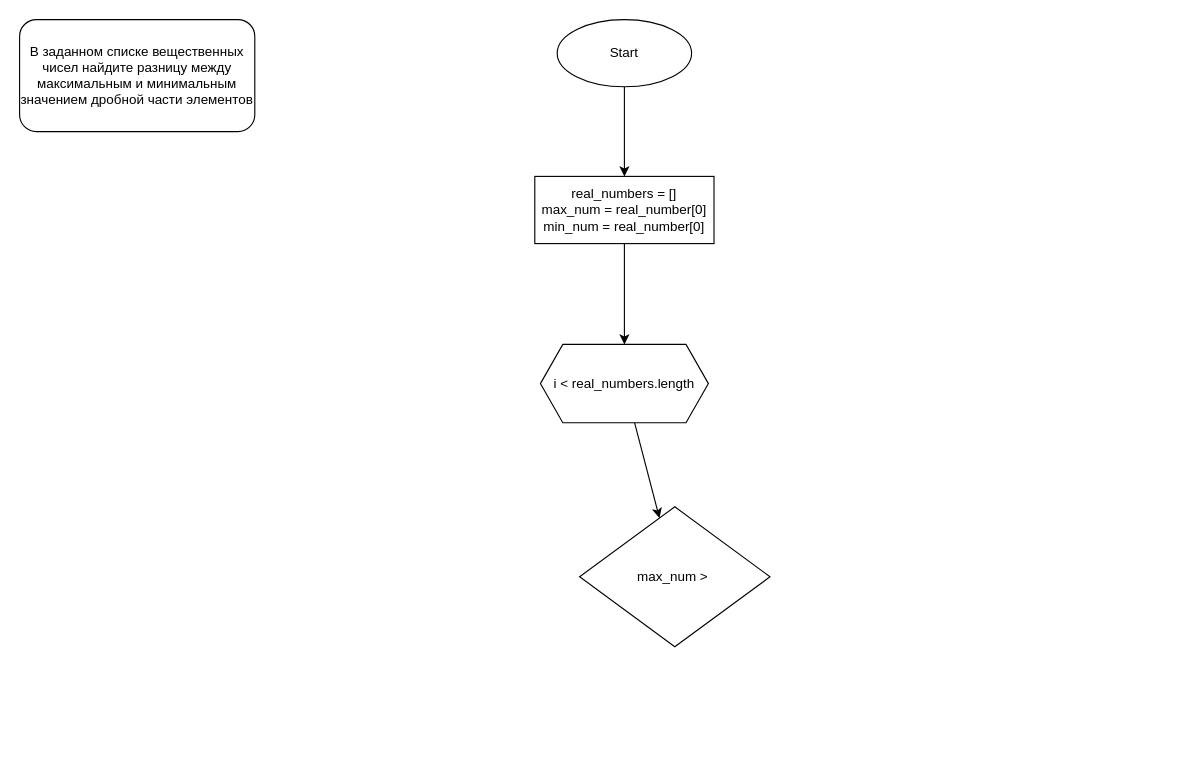
Above: page "Page-1" (1 of 2) of Lesson_2/drawio/task_24_fraction_diff.drawio in Fostix/GB_Python_Tasks (draw.io), before the change. Source tidied: cells renumbered, new cells numbered last; positions are measured from the earlier drawing's top-left corner, leaving out a move shared by most shapes. Both pictures are drawn from the tidied source at 112%, with x=0, y=0 at pixel (19, 19).
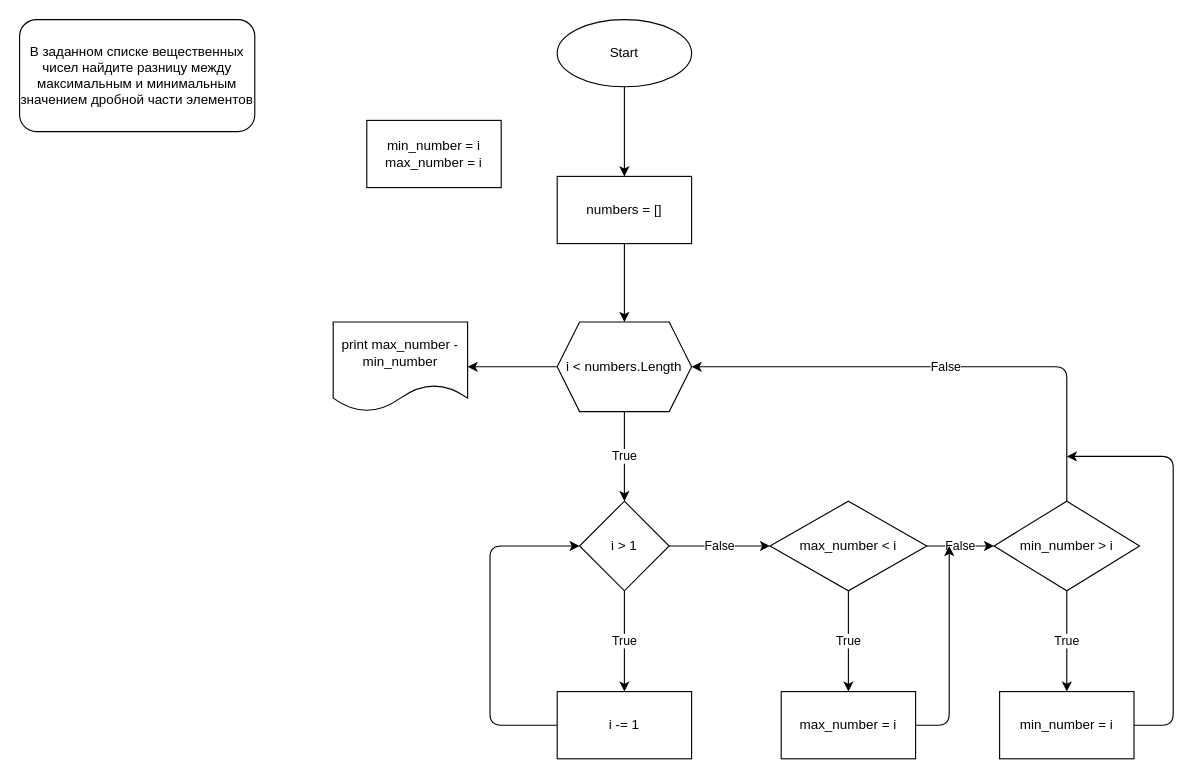
The same diagram, later.

Unchanged cells that the change refers to:
```xml
<mxCell id="4" value="Start" style="ellipse;whiteSpace=wrap;html=1;" parent="1" vertex="1">
  <mxGeometry x="480" width="120" height="60" as="geometry" />
</mxCell>
```

The edit, as a diff of the source:
```diff
@@
-    <mxCell id="3" style="edgeStyle=none;html=1;" parent="1" edge="1" source="4" target="6">
-      <mxGeometry relative="1" as="geometry" />
-    </mxCell>
+    <mxCell id="10" style="edgeStyle=none;html=1;" parent="1" edge="1" source="4" target="12">
+      <mxGeometry relative="1" as="geometry" />
+    </mxCell>
@@
-    <mxCell id="5" style="edgeStyle=none;html=1;" parent="1" edge="1" source="6" target="8">
-      <mxGeometry relative="1" as="geometry" />
-    </mxCell>
-    <mxCell id="6" value="real_numbers = []&lt;br&gt;max_num = real_number[0]&lt;br&gt;min_num = real_number[0]" style="whiteSpace=wrap;html=1;" parent="1" vertex="1">
-      <mxGeometry x="460" y="140" width="160" height="60" as="geometry" />
-    </mxCell>
-    <mxCell id="7" style="edgeStyle=none;html=1;" parent="1" edge="1" source="8" target="9">
-      <mxGeometry relative="1" as="geometry" />
-    </mxCell>
-    <mxCell id="8" value="i &amp;lt; real_numbers.length" style="shape=hexagon;perimeter=hexagonPerimeter2;whiteSpace=wrap;html=1;fixedSize=1;" parent="1" vertex="1">
-      <mxGeometry x="465" y="290" width="150" height="70" as="geometry" />
-    </mxCell>
-    <mxCell id="9" value="max_num &amp;gt;&amp;nbsp;" style="rhombus;whiteSpace=wrap;html=1;" parent="1" vertex="1">
-      <mxGeometry x="500" y="435" width="170" height="125" as="geometry" />
-    </mxCell>
+    <mxCell id="11" style="edgeStyle=none;html=1;" parent="1" edge="1" source="12" target="15">
+      <mxGeometry relative="1" as="geometry" />
+    </mxCell>
+    <mxCell id="12" value="numbers = []" style="whiteSpace=wrap;html=1;" parent="1" vertex="1">
+      <mxGeometry x="480" y="140" width="120" height="60" as="geometry" />
+    </mxCell>
+    <mxCell id="13" value="True" style="edgeStyle=none;html=1;" parent="1" edge="1" source="15" target="18">
+      <mxGeometry relative="1" as="geometry" />
+    </mxCell>
+    <mxCell id="14" style="edgeStyle=none;html=1;" parent="1" edge="1" source="15" target="32">
+      <mxGeometry relative="1" as="geometry" />
+    </mxCell>
+    <mxCell id="15" value="i &amp;lt; numbers.Length" style="shape=hexagon;perimeter=hexagonPerimeter2;whiteSpace=wrap;html=1;fixedSize=1;" parent="1" vertex="1">
+      <mxGeometry x="480" y="270" width="120" height="80" as="geometry" />
+    </mxCell>
+    <mxCell id="16" value="True" style="edgeStyle=none;html=1;" parent="1" edge="1" source="18" target="20">
+      <mxGeometry relative="1" as="geometry" />
+    </mxCell>
+    <mxCell id="17" value="False" style="edgeStyle=none;html=1;" parent="1" edge="1" source="18" target="24">
+      <mxGeometry relative="1" as="geometry" />
+    </mxCell>
+    <mxCell id="18" value="i &amp;gt; 1" style="rhombus;whiteSpace=wrap;html=1;" parent="1" vertex="1">
+      <mxGeometry x="500" y="430" width="80" height="80" as="geometry" />
+    </mxCell>
+    <mxCell id="19" style="edgeStyle=none;html=1;entryX=0;entryY=0.5;entryDx=0;entryDy=0;" parent="1" edge="1" source="20" target="18">
+      <mxGeometry relative="1" as="geometry">
+        <Array as="points">
+          <mxPoint x="420" y="630" />
+          <mxPoint x="420" y="470" />
+        </Array>
+      </mxGeometry>
+    </mxCell>
+    <mxCell id="20" value="i -= 1" style="whiteSpace=wrap;html=1;" parent="1" vertex="1">
+      <mxGeometry x="480" y="600" width="120" height="60" as="geometry" />
+    </mxCell>
+    <mxCell id="21" value="min_number = i&lt;br&gt;max_number = i" style="whiteSpace=wrap;html=1;" parent="1" vertex="1">
+      <mxGeometry x="310" y="90" width="120" height="60" as="geometry" />
+    </mxCell>
+    <mxCell id="22" value="True" style="edgeStyle=none;html=1;" parent="1" edge="1" source="24" target="26">
+      <mxGeometry relative="1" as="geometry" />
+    </mxCell>
+    <mxCell id="23" value="False" style="edgeStyle=none;html=1;" parent="1" edge="1" source="24" target="29">
+      <mxGeometry relative="1" as="geometry" />
+    </mxCell>
+    <mxCell id="24" value="max_number &amp;lt; i" style="rhombus;whiteSpace=wrap;html=1;" parent="1" vertex="1">
+      <mxGeometry x="670" y="430" width="140" height="80" as="geometry" />
+    </mxCell>
+    <mxCell id="25" style="edgeStyle=none;html=1;" parent="1" edge="1" source="26">
+      <mxGeometry relative="1" as="geometry">
+        <mxPoint x="830" y="470" as="targetPoint" />
+        <Array as="points">
+          <mxPoint x="830" y="630" />
+        </Array>
+      </mxGeometry>
+    </mxCell>
+    <mxCell id="26" value="max_number = i" style="whiteSpace=wrap;html=1;" parent="1" vertex="1">
+      <mxGeometry x="680" y="600" width="120" height="60" as="geometry" />
+    </mxCell>
+    <mxCell id="27" value="True" style="edgeStyle=none;html=1;" parent="1" edge="1" source="29" target="31">
+      <mxGeometry relative="1" as="geometry" />
+    </mxCell>
+    <mxCell id="28" value="False" style="edgeStyle=none;html=1;entryX=1;entryY=0.5;entryDx=0;entryDy=0;" parent="1" edge="1" source="29" target="15">
+      <mxGeometry relative="1" as="geometry">
+        <Array as="points">
+          <mxPoint x="935" y="310" />
+        </Array>
+      </mxGeometry>
+    </mxCell>
+    <mxCell id="29" value="min_number &amp;gt; i" style="rhombus;whiteSpace=wrap;html=1;" parent="1" vertex="1">
+      <mxGeometry x="870" y="430" width="130" height="80" as="geometry" />
+    </mxCell>
+    <mxCell id="30" style="edgeStyle=none;html=1;" parent="1" edge="1" source="31">
+      <mxGeometry relative="1" as="geometry">
+        <mxPoint x="935" y="390" as="targetPoint" />
+        <Array as="points">
+          <mxPoint x="1030" y="630" />
+          <mxPoint x="1030" y="390" />
+        </Array>
+      </mxGeometry>
+    </mxCell>
+    <mxCell id="31" value="min_number = i" style="whiteSpace=wrap;html=1;" parent="1" vertex="1">
+      <mxGeometry x="875" y="600" width="120" height="60" as="geometry" />
+    </mxCell>
+    <mxCell id="32" value="print max_number - min_number" style="shape=document;whiteSpace=wrap;html=1;boundedLbl=1;" parent="1" vertex="1">
+      <mxGeometry x="280" y="270" width="120" height="80" as="geometry" />
+    </mxCell>
```
